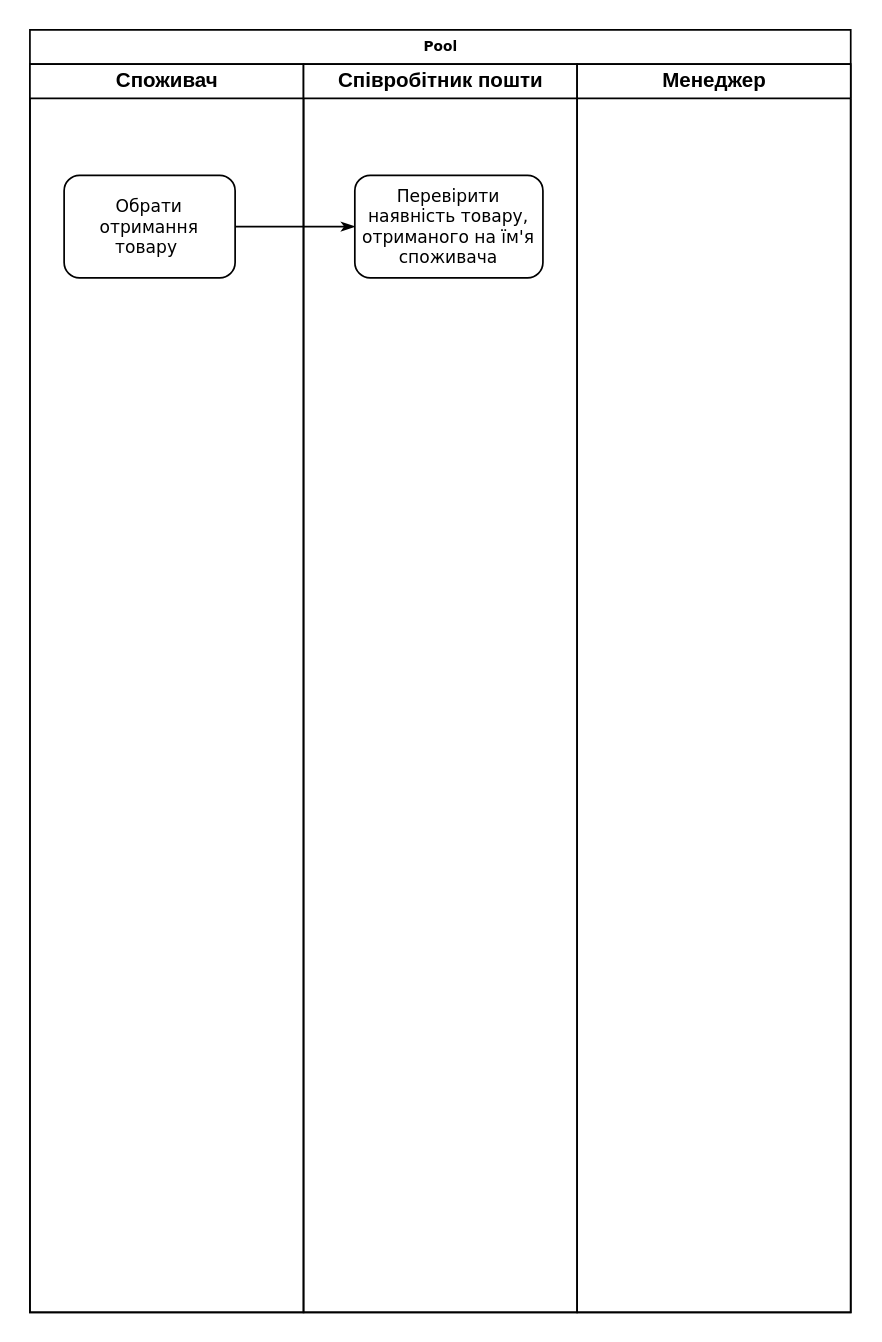
Above: Диаграмма без названия.drawio in pxlmady/uml (draw.io), before the change. Source tidied: cells renumbered, new cells numbered last; positions are measured from the earlier drawing's top-left corner, leaving out a move shared by most shapes. Both pictures are drawn from the tidied source at 171%, with x=0, y=0 at pixel (29, 29).
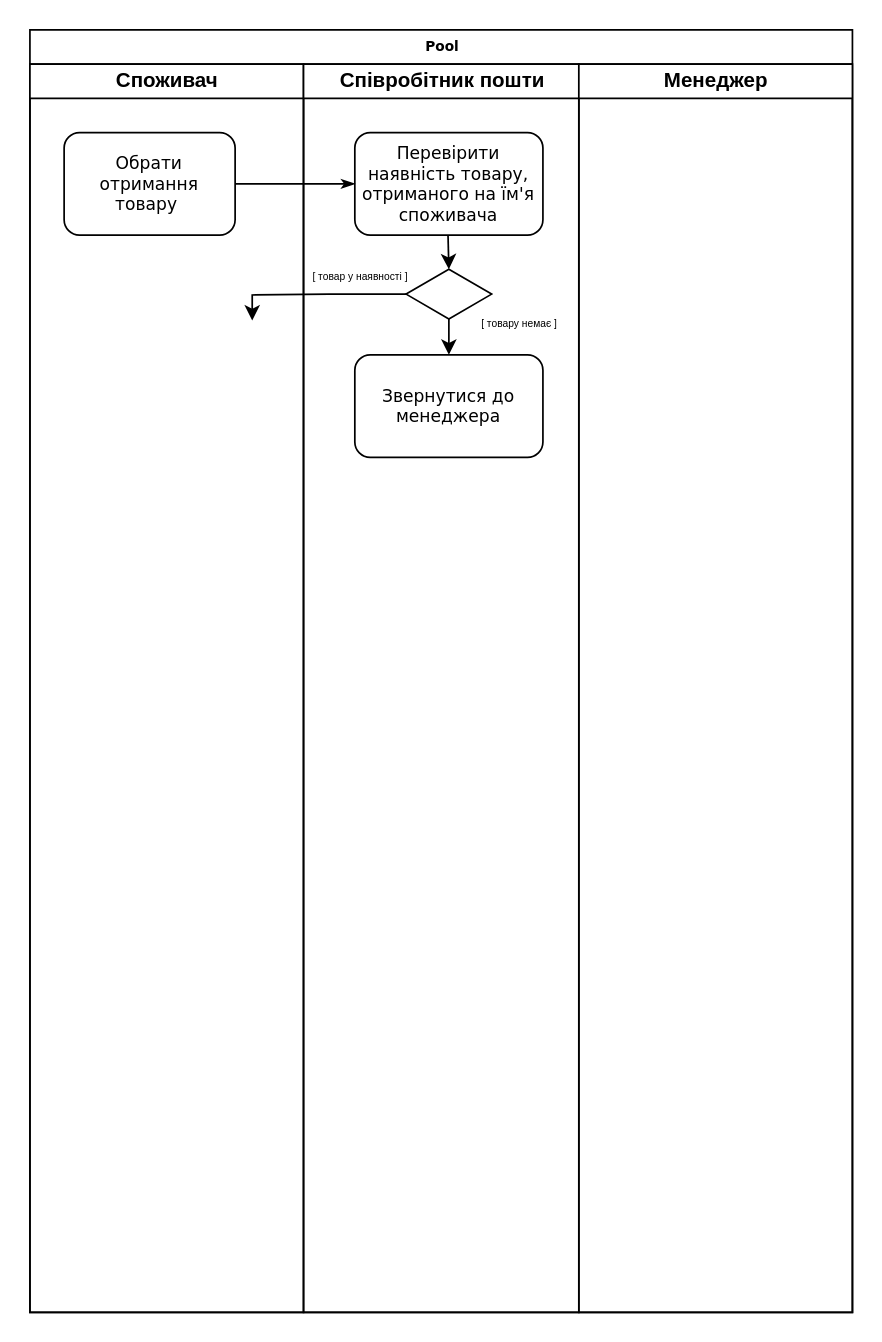
The same page after the edit.

Diff of the diagram source:
```diff
@@
 <mxGraphModel>
   <root>
     <mxCell id="0" />
     <mxCell id="1" parent="0" />
     <mxCell id="2" value="Pool" style="swimlane;html=1;startSize=20;rounded=0;shadow=0;labelBackgroundColor=none;strokeWidth=1;fontFamily=Verdana;fontSize=8;align=center;" parent="1" vertex="1">
-      <mxGeometry width="480" height="750" as="geometry" />
+      <mxGeometry width="481" height="750" as="geometry" />
     </mxCell>
     <mxCell id="3" value="Споживач" style="swimlane;html=1;startSize=20;" parent="2" vertex="1">
       <mxGeometry y="20" width="160" height="730" as="geometry" />
     </mxCell>
+    <mxCell id="6" value="Співробітник пошти" style="swimlane;html=1;startSize=20;" parent="2" vertex="1">
+      <mxGeometry x="160" y="20" width="161" height="730" as="geometry" />
+    </mxCell>
+    <mxCell id="7" value="&lt;font size=&quot;1&quot;&gt;Перевірити наявність товару, отриманого на їм'я споживача&lt;/font&gt;" style="rounded=1;whiteSpace=wrap;html=1;shadow=0;labelBackgroundColor=none;strokeWidth=1;fontFamily=Verdana;fontSize=8;align=center;" parent="6" vertex="1">
+      <mxGeometry x="30" y="40" width="110" height="60" as="geometry" />
+    </mxCell>
+    <mxCell id="9" style="edgeStyle=orthogonalEdgeStyle;rounded=0;jettySize=auto;html=1;exitX=0;exitY=0.5;exitDx=0;exitDy=0;" parent="6" edge="1" source="11">
+      <mxGeometry relative="1" as="geometry">
+        <mxPoint x="-30" y="150" as="targetPoint" />
+        <Array as="points">
+          <mxPoint x="15" y="135" />
+          <mxPoint x="-30" y="135" />
+        </Array>
+      </mxGeometry>
+    </mxCell>
+    <mxCell id="10" style="edgeStyle=orthogonalEdgeStyle;rounded=0;jettySize=auto;html=1;" parent="6" edge="1" source="11">
+      <mxGeometry relative="1" as="geometry">
+        <mxPoint x="85" y="170" as="targetPoint" />
+      </mxGeometry>
+    </mxCell>
+    <mxCell id="11" style="rhombus;whiteSpace=wrap;html=1;" parent="6" vertex="1">
+      <mxGeometry x="60" y="120" width="50" height="29" as="geometry" />
+    </mxCell>
+    <mxCell id="12" style="endArrow=classic;html=1;rounded=0;" parent="6" edge="1">
+      <mxGeometry relative="1" as="geometry">
+        <mxPoint x="84.5" y="100" as="sourcePoint" />
+        <mxPoint x="85" y="120" as="targetPoint" />
+      </mxGeometry>
+    </mxCell>
-    <mxCell id="4" value="&lt;font style=&quot;font-size: 10px;&quot;&gt;Обрати отримання товару&amp;nbsp;&lt;/font&gt;" style="rounded=1;whiteSpace=wrap;html=1;shadow=0;labelBackgroundColor=none;strokeWidth=1;fontFamily=Verdana;fontSize=8;align=center;" parent="3" vertex="1">
-      <mxGeometry x="20" y="65" width="100" height="60" as="geometry" />
+    <mxCell id="4" value="&lt;font style=&quot;font-size: 10px;&quot;&gt;Обрати отримання товару&amp;nbsp;&lt;/font&gt;" style="rounded=1;whiteSpace=wrap;html=1;shadow=0;labelBackgroundColor=none;strokeWidth=1;fontFamily=Verdana;fontSize=8;align=center;" parent="6" vertex="1">
+      <mxGeometry x="-140" y="40" width="100" height="60" as="geometry" />
     </mxCell>
-    <mxCell id="5" style="edgeStyle=orthogonalEdgeStyle;rounded=1;html=1;labelBackgroundColor=none;startArrow=none;startFill=0;startSize=5;endArrow=classicThin;endFill=1;endSize=5;jettySize=auto;strokeWidth=1;fontFamily=Verdana;fontSize=8;" parent="2" edge="1" source="4" target="7">
+    <mxCell id="5" style="edgeStyle=orthogonalEdgeStyle;rounded=1;html=1;labelBackgroundColor=none;startArrow=none;startFill=0;startSize=5;endArrow=classicThin;endFill=1;endSize=5;jettySize=auto;strokeWidth=1;fontFamily=Verdana;fontSize=8;" parent="6" edge="1" source="4" target="7">
       <mxGeometry relative="1" as="geometry" />
     </mxCell>
-    <mxCell id="6" value="Співробітник пошти" style="swimlane;html=1;startSize=20;" parent="2" vertex="1">
-      <mxGeometry x="160" y="20" width="160" height="730" as="geometry" />
-    </mxCell>
-    <mxCell id="7" value="&lt;font size=&quot;1&quot;&gt;Перевірити наявність товару, отриманого на їм'я споживача&lt;/font&gt;" style="rounded=1;whiteSpace=wrap;html=1;shadow=0;labelBackgroundColor=none;strokeWidth=1;fontFamily=Verdana;fontSize=8;align=center;" parent="6" vertex="1">
-      <mxGeometry x="30" y="65" width="110" height="60" as="geometry" />
-    </mxCell>
+    <mxCell id="13" value="&lt;font style=&quot;font-size: 6px;&quot;&gt;[ товар у наявності ]&lt;/font&gt;" style="text;html=1;align=center;verticalAlign=middle;strokeColor=none;fillColor=none;" parent="6" vertex="1">
+      <mxGeometry x="-7" y="108" width="80" height="30" as="geometry" />
+    </mxCell>
+    <mxCell id="14" value="&lt;font style=&quot;font-size: 6px;&quot;&gt;[ товару немає ]&lt;/font&gt;" style="text;html=1;align=center;verticalAlign=middle;strokeColor=none;fillColor=none;" parent="6" vertex="1">
+      <mxGeometry x="91" y="135" width="70" height="30" as="geometry" />
+    </mxCell>
+    <mxCell id="15" value="&lt;font size=&quot;1&quot;&gt;Звернутися до менеджера&lt;/font&gt;" style="rounded=1;whiteSpace=wrap;html=1;shadow=0;labelBackgroundColor=none;strokeWidth=1;fontFamily=Verdana;fontSize=8;align=center;" parent="6" vertex="1">
+      <mxGeometry x="30" y="170" width="110" height="60" as="geometry" />
+    </mxCell>
     <mxCell id="8" value="Менеджер" style="swimlane;html=1;startSize=20;" parent="2" vertex="1">
-      <mxGeometry x="320" y="20" width="160" height="730" as="geometry" />
+      <mxGeometry x="321" y="20" width="160" height="730" as="geometry" />
     </mxCell>
   </root>
 </mxGraphModel>
```
